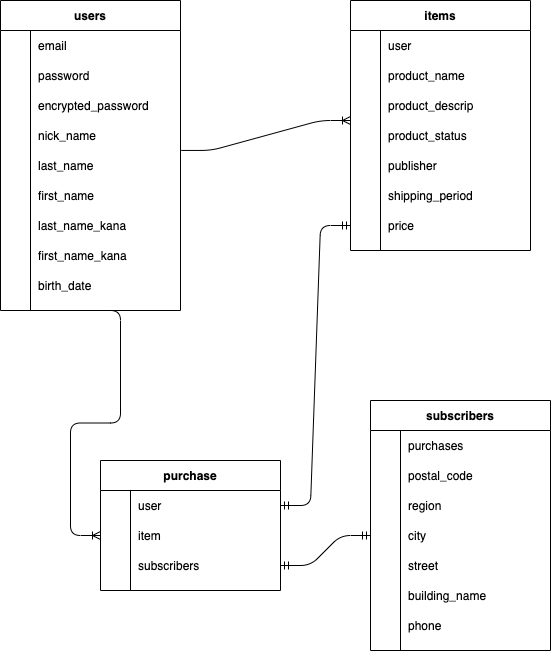
Above: ER.png in komadorihouse/furima-35680 (draw.io), before the change. Source tidied: cells renumbered, new cells last; positions are measured from the earlier drawing's top-left corner, leaving out a move shared by most shapes.
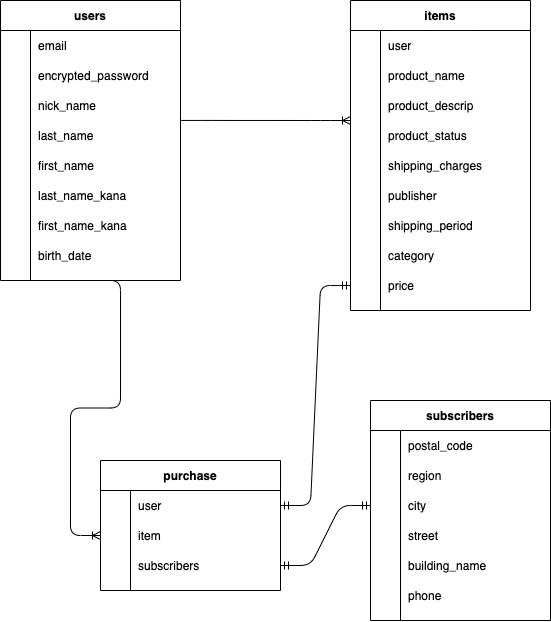
The same diagram one commit later.

Change to the diagram source:
```diff
@@ -3,7 +3,7 @@
     <mxCell id="0" />
     <mxCell id="1" parent="0" />
     <mxCell id="2" value="users" style="shape=table;startSize=30;rowLines=0;fontStyle=1;align=center;" parent="1" vertex="1">
-      <mxGeometry width="180" height="310" as="geometry" />
+      <mxGeometry width="180" height="280" as="geometry" />
     </mxCell>
     <mxCell id="3" style="shape=partialRectangle;fillColor=none;top=0;left=0;bottom=0;right=0;" parent="2" vertex="1">
       <mxGeometry y="30" width="180" height="30" as="geometry" />
@@ -14,17 +14,8 @@
     <mxCell id="5" value="email" style="shape=partialRectangle;fillColor=none;top=0;left=0;bottom=0;right=0;align=left;spacingLeft=6;overflow=hidden;" parent="3" vertex="1">
       <mxGeometry x="30" width="150" height="30" as="geometry" />
     </mxCell>
-    <mxCell id="6" style="shape=partialRectangle;fillColor=none;top=0;left=0;bottom=0;right=0;" parent="2" vertex="1">
-      <mxGeometry y="60" width="180" height="30" as="geometry" />
-    </mxCell>
-    <mxCell id="7" style="shape=partialRectangle;fillColor=none;top=0;left=0;bottom=0;right=0;overflow=hidden;" parent="6" vertex="1">
-      <mxGeometry width="30" height="30" as="geometry" />
-    </mxCell>
-    <mxCell id="8" value="password" style="shape=partialRectangle;fillColor=none;top=0;left=0;bottom=0;right=0;align=left;spacingLeft=6;overflow=hidden;" parent="6" vertex="1">
-      <mxGeometry x="30" width="150" height="30" as="geometry" />
-    </mxCell>
     <mxCell id="9" style="shape=partialRectangle;fillColor=none;top=0;left=0;bottom=0;right=0;" parent="2" vertex="1">
-      <mxGeometry y="90" width="180" height="30" as="geometry" />
+      <mxGeometry y="60" width="180" height="30" as="geometry" />
     </mxCell>
     <mxCell id="10" style="shape=partialRectangle;fillColor=none;top=0;left=0;bottom=0;right=0;overflow=hidden;" parent="9" vertex="1">
       <mxGeometry width="30" height="30" as="geometry" />
@@ -33,7 +24,7 @@
       <mxGeometry x="30" width="150" height="30" as="geometry" />
     </mxCell>
     <mxCell id="12" style="shape=partialRectangle;fillColor=none;top=0;left=0;bottom=0;right=0;" parent="2" vertex="1">
-      <mxGeometry y="120" width="180" height="30" as="geometry" />
+      <mxGeometry y="90" width="180" height="30" as="geometry" />
     </mxCell>
     <mxCell id="13" style="shape=partialRectangle;fillColor=none;top=0;left=0;bottom=0;right=0;overflow=hidden;" parent="12" vertex="1">
       <mxGeometry width="30" height="30" as="geometry" />
@@ -42,7 +33,7 @@
       <mxGeometry x="30" width="150" height="30" as="geometry" />
     </mxCell>
     <mxCell id="15" style="shape=partialRectangle;fillColor=none;top=0;left=0;bottom=0;right=0;points=[[0,0.5],[1,0.5]];portConstraint=eastwest;" parent="2" vertex="1">
-      <mxGeometry y="150" width="180" height="30" as="geometry" />
+      <mxGeometry y="120" width="180" height="30" as="geometry" />
     </mxCell>
     <mxCell id="16" style="shape=partialRectangle;fillColor=none;top=0;left=0;bottom=0;right=0;overflow=hidden;" parent="15" vertex="1">
       <mxGeometry width="30" height="30" as="geometry" />
@@ -51,7 +42,7 @@
       <mxGeometry x="30" width="150" height="30" as="geometry" />
     </mxCell>
     <mxCell id="18" style="shape=partialRectangle;fillColor=none;top=0;left=0;bottom=0;right=0;" parent="2" vertex="1">
-      <mxGeometry y="180" width="180" height="30" as="geometry" />
+      <mxGeometry y="150" width="180" height="30" as="geometry" />
     </mxCell>
     <mxCell id="19" style="shape=partialRectangle;fillColor=none;top=0;left=0;bottom=0;right=0;overflow=hidden;" parent="18" vertex="1">
       <mxGeometry width="30" height="30" as="geometry" />
@@ -60,7 +51,7 @@
       <mxGeometry x="30" width="150" height="30" as="geometry" />
     </mxCell>
     <mxCell id="21" style="shape=partialRectangle;fillColor=none;top=0;left=0;bottom=0;right=0;" parent="2" vertex="1">
-      <mxGeometry y="210" width="180" height="30" as="geometry" />
+      <mxGeometry y="180" width="180" height="30" as="geometry" />
     </mxCell>
     <mxCell id="22" style="shape=partialRectangle;fillColor=none;top=0;left=0;bottom=0;right=0;overflow=hidden;" parent="21" vertex="1">
       <mxGeometry width="30" height="30" as="geometry" />
@@ -69,7 +60,7 @@
       <mxGeometry x="30" width="150" height="30" as="geometry" />
     </mxCell>
     <mxCell id="24" style="shape=partialRectangle;fillColor=none;top=0;left=0;bottom=0;right=0;" parent="2" vertex="1">
-      <mxGeometry y="240" width="180" height="30" as="geometry" />
+      <mxGeometry y="210" width="180" height="30" as="geometry" />
     </mxCell>
     <mxCell id="25" style="shape=partialRectangle;fillColor=none;top=0;left=0;bottom=0;right=0;overflow=hidden;" parent="24" vertex="1">
       <mxGeometry width="30" height="30" as="geometry" />
@@ -78,7 +69,7 @@
       <mxGeometry x="30" width="150" height="30" as="geometry" />
     </mxCell>
     <mxCell id="27" style="shape=partialRectangle;fillColor=none;top=0;left=0;bottom=0;right=0;" parent="2" vertex="1">
-      <mxGeometry y="270" width="180" height="30" as="geometry" />
+      <mxGeometry y="240" width="180" height="30" as="geometry" />
     </mxCell>
     <mxCell id="28" style="shape=partialRectangle;fillColor=none;top=0;left=0;bottom=0;right=0;overflow=hidden;" parent="27" vertex="1">
       <mxGeometry width="30" height="30" as="geometry" />
@@ -87,7 +78,7 @@
       <mxGeometry x="30" width="150" height="30" as="geometry" />
     </mxCell>
     <mxCell id="30" value="items" style="shape=table;startSize=30;rowLines=0;fontStyle=1;align=center;" parent="1" vertex="1">
-      <mxGeometry x="350" width="180" height="250" as="geometry" />
+      <mxGeometry x="350" width="180" height="310" as="geometry" />
     </mxCell>
     <mxCell id="31" style="shape=partialRectangle;fillColor=none;top=0;left=0;bottom=0;right=0;" parent="30" vertex="1">
       <mxGeometry y="30" width="180" height="30" as="geometry" />
@@ -125,8 +116,17 @@
     <mxCell id="42" value="product_status" style="shape=partialRectangle;fillColor=none;top=0;left=0;bottom=0;right=0;align=left;spacingLeft=6;overflow=hidden;" parent="40" vertex="1">
       <mxGeometry x="30" width="150" height="30" as="geometry" />
     </mxCell>
+    <mxCell id="88" style="shape=partialRectangle;fillColor=none;top=0;left=0;bottom=0;right=0;" parent="30" vertex="1">
+      <mxGeometry y="150" width="180" height="30" as="geometry" />
+    </mxCell>
+    <mxCell id="89" style="shape=partialRectangle;fillColor=none;top=0;left=0;bottom=0;right=0;overflow=hidden;" parent="88" vertex="1">
+      <mxGeometry width="30" height="30" as="geometry" />
+    </mxCell>
+    <mxCell id="90" value="shipping_charges" style="shape=partialRectangle;fillColor=none;top=0;left=0;bottom=0;right=0;align=left;spacingLeft=6;overflow=hidden;" parent="88" vertex="1">
+      <mxGeometry x="30" width="150" height="30" as="geometry" />
+    </mxCell>
     <mxCell id="43" style="shape=partialRectangle;fillColor=none;top=0;left=0;bottom=0;right=0;" parent="30" vertex="1">
-      <mxGeometry y="150" width="180" height="30" as="geometry" />
+      <mxGeometry y="180" width="180" height="30" as="geometry" />
     </mxCell>
     <mxCell id="44" style="shape=partialRectangle;fillColor=none;top=0;left=0;bottom=0;right=0;overflow=hidden;" parent="43" vertex="1">
       <mxGeometry width="30" height="30" as="geometry" />
@@ -135,7 +135,7 @@
       <mxGeometry x="30" width="150" height="30" as="geometry" />
     </mxCell>
     <mxCell id="46" style="shape=partialRectangle;fillColor=none;top=0;left=0;bottom=0;right=0;" parent="30" vertex="1">
-      <mxGeometry y="180" width="180" height="30" as="geometry" />
+      <mxGeometry y="210" width="180" height="30" as="geometry" />
     </mxCell>
     <mxCell id="47" style="shape=partialRectangle;fillColor=none;top=0;left=0;bottom=0;right=0;overflow=hidden;" parent="46" vertex="1">
       <mxGeometry width="30" height="30" as="geometry" />
@@ -143,8 +143,17 @@
     <mxCell id="48" value="shipping_period" style="shape=partialRectangle;fillColor=none;top=0;left=0;bottom=0;right=0;align=left;spacingLeft=6;overflow=hidden;" parent="46" vertex="1">
       <mxGeometry x="30" width="150" height="30" as="geometry" />
     </mxCell>
+    <mxCell id="91" style="shape=partialRectangle;fillColor=none;top=0;left=0;bottom=0;right=0;" parent="30" vertex="1">
+      <mxGeometry y="240" width="180" height="30" as="geometry" />
+    </mxCell>
+    <mxCell id="92" style="shape=partialRectangle;fillColor=none;top=0;left=0;bottom=0;right=0;overflow=hidden;" parent="91" vertex="1">
+      <mxGeometry width="30" height="30" as="geometry" />
+    </mxCell>
+    <mxCell id="93" value="category" style="shape=partialRectangle;fillColor=none;top=0;left=0;bottom=0;right=0;align=left;spacingLeft=6;overflow=hidden;" parent="91" vertex="1">
+      <mxGeometry x="30" width="150" height="30" as="geometry" />
+    </mxCell>
     <mxCell id="49" style="shape=partialRectangle;fillColor=none;top=0;left=0;bottom=0;right=0;points=[[0,0.5],[1,0.5]];portConstraint=eastwest;" parent="30" vertex="1">
-      <mxGeometry y="210" width="180" height="30" as="geometry" />
+      <mxGeometry y="270" width="180" height="30" as="geometry" />
     </mxCell>
     <mxCell id="50" style="shape=partialRectangle;fillColor=none;top=0;left=0;bottom=0;right=0;overflow=hidden;" parent="49" vertex="1">
       <mxGeometry width="30" height="30" as="geometry" />
@@ -153,19 +162,10 @@
       <mxGeometry x="30" width="150" height="30" as="geometry" />
     </mxCell>
     <mxCell id="52" value="subscribers" style="shape=table;startSize=30;rowLines=0;fontStyle=1;align=center;" parent="1" vertex="1">
-      <mxGeometry x="370" y="400" width="180" height="250" as="geometry" />
+      <mxGeometry x="370" y="400" width="180" height="220" as="geometry" />
     </mxCell>
-    <mxCell id="53" style="shape=partialRectangle;fillColor=none;top=0;left=0;bottom=0;right=0;" parent="52" vertex="1">
-      <mxGeometry y="30" width="180" height="30" as="geometry" />
-    </mxCell>
-    <mxCell id="54" style="shape=partialRectangle;fillColor=none;top=0;left=0;bottom=0;right=0;overflow=hidden;" parent="53" vertex="1">
-      <mxGeometry width="30" height="30" as="geometry" />
-    </mxCell>
-    <mxCell id="55" value="purchases" style="shape=partialRectangle;fillColor=none;top=0;left=0;bottom=0;right=0;align=left;spacingLeft=6;overflow=hidden;" parent="53" vertex="1">
-      <mxGeometry x="30" width="150" height="30" as="geometry" />
-    </mxCell>
     <mxCell id="56" style="shape=partialRectangle;fillColor=none;top=0;left=0;bottom=0;right=0;" parent="52" vertex="1">
-      <mxGeometry y="60" width="180" height="30" as="geometry" />
+      <mxGeometry y="30" width="180" height="30" as="geometry" />
     </mxCell>
     <mxCell id="57" style="shape=partialRectangle;fillColor=none;top=0;left=0;bottom=0;right=0;overflow=hidden;" parent="56" vertex="1">
       <mxGeometry width="30" height="30" as="geometry" />
@@ -174,7 +174,7 @@
       <mxGeometry x="30" width="150" height="30" as="geometry" />
     </mxCell>
     <mxCell id="59" style="shape=partialRectangle;fillColor=none;top=0;left=0;bottom=0;right=0;" parent="52" vertex="1">
-      <mxGeometry y="90" width="180" height="30" as="geometry" />
+      <mxGeometry y="60" width="180" height="30" as="geometry" />
     </mxCell>
     <mxCell id="60" style="shape=partialRectangle;fillColor=none;top=0;left=0;bottom=0;right=0;overflow=hidden;" parent="59" vertex="1">
       <mxGeometry width="30" height="30" as="geometry" />
@@ -183,7 +183,7 @@
       <mxGeometry x="30" width="150" height="30" as="geometry" />
     </mxCell>
     <mxCell id="62" style="shape=partialRectangle;fillColor=none;top=0;left=0;bottom=0;right=0;points=[[0,0.5],[1,0.5]];portConstraint=eastwest;" parent="52" vertex="1">
-      <mxGeometry y="120" width="180" height="30" as="geometry" />
+      <mxGeometry y="90" width="180" height="30" as="geometry" />
     </mxCell>
     <mxCell id="63" style="shape=partialRectangle;fillColor=none;top=0;left=0;bottom=0;right=0;overflow=hidden;" parent="62" vertex="1">
       <mxGeometry width="30" height="30" as="geometry" />
@@ -192,7 +192,7 @@
       <mxGeometry x="30" width="150" height="30" as="geometry" />
     </mxCell>
     <mxCell id="65" style="shape=partialRectangle;fillColor=none;top=0;left=0;bottom=0;right=0;" parent="52" vertex="1">
-      <mxGeometry y="150" width="180" height="30" as="geometry" />
+      <mxGeometry y="120" width="180" height="30" as="geometry" />
     </mxCell>
     <mxCell id="66" style="shape=partialRectangle;fillColor=none;top=0;left=0;bottom=0;right=0;overflow=hidden;" parent="65" vertex="1">
       <mxGeometry width="30" height="30" as="geometry" />
@@ -201,7 +201,7 @@
       <mxGeometry x="30" width="150" height="30" as="geometry" />
     </mxCell>
     <mxCell id="68" style="shape=partialRectangle;fillColor=none;top=0;left=0;bottom=0;right=0;" parent="52" vertex="1">
-      <mxGeometry y="180" width="180" height="30" as="geometry" />
+      <mxGeometry y="150" width="180" height="30" as="geometry" />
     </mxCell>
     <mxCell id="69" style="shape=partialRectangle;fillColor=none;top=0;left=0;bottom=0;right=0;overflow=hidden;" parent="68" vertex="1">
       <mxGeometry width="30" height="30" as="geometry" />
@@ -210,7 +210,7 @@
       <mxGeometry x="30" width="150" height="30" as="geometry" />
     </mxCell>
     <mxCell id="71" style="shape=partialRectangle;fillColor=none;top=0;left=0;bottom=0;right=0;" parent="52" vertex="1">
-      <mxGeometry y="210" width="180" height="30" as="geometry" />
+      <mxGeometry y="180" width="180" height="30" as="geometry" />
     </mxCell>
     <mxCell id="72" style="shape=partialRectangle;fillColor=none;top=0;left=0;bottom=0;right=0;overflow=hidden;" parent="71" vertex="1">
       <mxGeometry width="30" height="30" as="geometry" />
```
